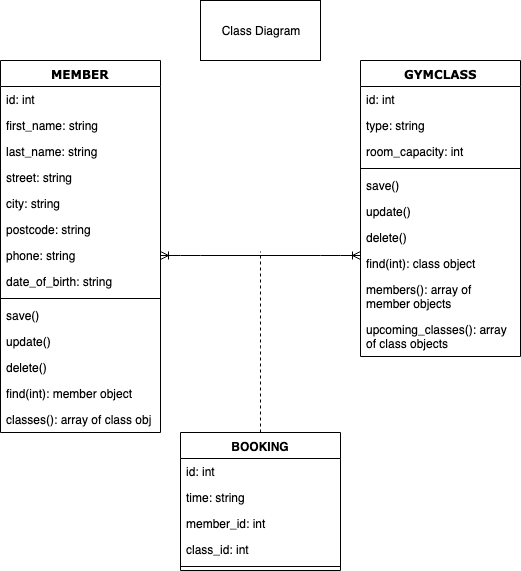
Above: planning/gym_class_diagram.png in gadgetguy82/gym_project (draw.io), before the change. Source tidied: cells renumbered, new cells last; positions are measured from the earlier drawing's top-left corner, leaving out a move shared by most shapes. Its diagram source:
```xml
<mxGraphModel background="#ffffff">
  <root>
    <mxCell id="0" />
    <mxCell id="1" parent="0" />
    <mxCell id="2" value="MEMBER" style="swimlane;html=1;fontStyle=1;align=center;verticalAlign=top;horizontal=1;startSize=26;swimlaneFillColor=#ffffff;rounded=0;shadow=0;comic=0;labelBackgroundColor=none;strokeColor=#000000;strokeWidth=1;fillColor=none;fontFamily=Verdana;fontSize=12;fontColor=#000000;" parent="1" vertex="1">
      <mxGeometry y="60" width="160" height="372" as="geometry" />
    </mxCell>
    <mxCell id="3" value="id: int" style="text;html=1;strokeColor=none;fillColor=none;align=left;verticalAlign=top;spacingLeft=4;spacingRight=4;whiteSpace=wrap;overflow=hidden;" parent="2" vertex="1">
      <mxGeometry y="26" width="160" height="26" as="geometry" />
    </mxCell>
    <mxCell id="4" value="first_name: string" style="text;html=1;strokeColor=none;fillColor=none;align=left;verticalAlign=top;spacingLeft=4;spacingRight=4;whiteSpace=wrap;overflow=hidden;" parent="2" vertex="1">
      <mxGeometry y="52" width="160" height="26" as="geometry" />
    </mxCell>
    <mxCell id="5" value="last_name: string" style="text;html=1;strokeColor=none;fillColor=none;align=left;verticalAlign=top;spacingLeft=4;spacingRight=4;whiteSpace=wrap;overflow=hidden;" parent="2" vertex="1">
      <mxGeometry y="78" width="160" height="26" as="geometry" />
    </mxCell>
    <mxCell id="6" value="street: string" style="text;html=1;strokeColor=none;fillColor=none;align=left;verticalAlign=top;spacingLeft=4;spacingRight=4;whiteSpace=wrap;overflow=hidden;" parent="2" vertex="1">
      <mxGeometry y="104" width="160" height="26" as="geometry" />
    </mxCell>
    <mxCell id="7" value="city: string" style="text;html=1;strokeColor=none;fillColor=none;align=left;verticalAlign=top;spacingLeft=4;spacingRight=4;whiteSpace=wrap;overflow=hidden;" parent="2" vertex="1">
      <mxGeometry y="130" width="160" height="26" as="geometry" />
    </mxCell>
    <mxCell id="8" value="postcode: string&lt;br&gt;" style="text;html=1;strokeColor=none;fillColor=none;align=left;verticalAlign=top;spacingLeft=4;spacingRight=4;whiteSpace=wrap;overflow=hidden;" parent="2" vertex="1">
      <mxGeometry y="156" width="160" height="26" as="geometry" />
    </mxCell>
    <mxCell id="9" value="phone: string&lt;br&gt;" style="text;html=1;strokeColor=none;fillColor=none;align=left;verticalAlign=top;spacingLeft=4;spacingRight=4;whiteSpace=wrap;overflow=hidden;points=[[0,0.5],[1,0.5]];portConstraint=eastwest;" parent="2" vertex="1">
      <mxGeometry y="182" width="160" height="26" as="geometry" />
    </mxCell>
    <mxCell id="10" value="date_of_birth: string&lt;br&gt;" style="text;html=1;strokeColor=none;fillColor=none;align=left;verticalAlign=top;spacingLeft=4;spacingRight=4;whiteSpace=wrap;overflow=hidden;" parent="2" vertex="1">
      <mxGeometry y="208" width="160" height="26" as="geometry" />
    </mxCell>
    <mxCell id="11" style="line;html=1;strokeWidth=1;fillColor=none;align=left;verticalAlign=middle;spacingTop=-1;spacingLeft=3;spacingRight=3;labelPosition=right;" parent="2" vertex="1">
      <mxGeometry y="234" width="160" height="8" as="geometry" />
    </mxCell>
    <mxCell id="12" value="save()" style="text;html=1;strokeColor=none;fillColor=none;align=left;verticalAlign=top;spacingLeft=4;spacingRight=4;whiteSpace=wrap;overflow=hidden;" parent="2" vertex="1">
      <mxGeometry y="242" width="160" height="26" as="geometry" />
    </mxCell>
    <mxCell id="13" value="update()" style="text;html=1;strokeColor=none;fillColor=none;align=left;verticalAlign=top;spacingLeft=4;spacingRight=4;whiteSpace=wrap;overflow=hidden;" parent="2" vertex="1">
      <mxGeometry y="268" width="160" height="26" as="geometry" />
    </mxCell>
    <mxCell id="14" value="delete()" style="text;html=1;strokeColor=none;fillColor=none;align=left;verticalAlign=top;spacingLeft=4;spacingRight=4;whiteSpace=wrap;overflow=hidden;" parent="2" vertex="1">
      <mxGeometry y="294" width="160" height="26" as="geometry" />
    </mxCell>
    <mxCell id="15" value="find(int): member object" style="text;html=1;strokeColor=none;fillColor=none;align=left;verticalAlign=top;spacingLeft=4;spacingRight=4;whiteSpace=wrap;overflow=hidden;" parent="2" vertex="1">
      <mxGeometry y="320" width="160" height="26" as="geometry" />
    </mxCell>
    <mxCell id="16" value="classes(): array of class obj" style="text;html=1;strokeColor=none;fillColor=none;align=left;verticalAlign=top;spacingLeft=4;spacingRight=4;whiteSpace=wrap;overflow=hidden;" parent="2" vertex="1">
      <mxGeometry y="346" width="160" height="26" as="geometry" />
    </mxCell>
    <mxCell id="17" value="GYMCLASS" style="swimlane;html=1;fontStyle=1;align=center;verticalAlign=top;horizontal=1;startSize=26;swimlaneFillColor=#ffffff;rounded=0;shadow=0;comic=0;labelBackgroundColor=none;strokeColor=#000000;strokeWidth=1;fillColor=none;fontFamily=Verdana;fontSize=12;fontColor=#000000;" parent="1" vertex="1">
      <mxGeometry x="360" y="60" width="160" height="296" as="geometry" />
    </mxCell>
    <mxCell id="18" value="id: int" style="text;html=1;strokeColor=none;fillColor=none;align=left;verticalAlign=top;spacingLeft=4;spacingRight=4;whiteSpace=wrap;overflow=hidden;" parent="17" vertex="1">
      <mxGeometry y="26" width="160" height="26" as="geometry" />
    </mxCell>
    <mxCell id="19" value="type: string" style="text;html=1;strokeColor=none;fillColor=none;align=left;verticalAlign=top;spacingLeft=4;spacingRight=4;whiteSpace=wrap;overflow=hidden;" parent="17" vertex="1">
      <mxGeometry y="52" width="160" height="26" as="geometry" />
    </mxCell>
    <mxCell id="20" value="room_capacity: int" style="text;html=1;strokeColor=none;fillColor=none;align=left;verticalAlign=top;spacingLeft=4;spacingRight=4;whiteSpace=wrap;overflow=hidden;" parent="17" vertex="1">
      <mxGeometry y="78" width="160" height="26" as="geometry" />
    </mxCell>
    <mxCell id="21" style="line;html=1;strokeWidth=1;fillColor=none;align=left;verticalAlign=middle;spacingTop=-1;spacingLeft=3;spacingRight=3;labelPosition=right;" parent="17" vertex="1">
      <mxGeometry y="104" width="160" height="8" as="geometry" />
    </mxCell>
    <mxCell id="22" value="save()" style="text;html=1;strokeColor=none;fillColor=none;align=left;verticalAlign=top;spacingLeft=4;spacingRight=4;whiteSpace=wrap;overflow=hidden;" parent="17" vertex="1">
      <mxGeometry y="112" width="160" height="26" as="geometry" />
    </mxCell>
    <mxCell id="23" value="update()" style="text;html=1;strokeColor=none;fillColor=none;align=left;verticalAlign=top;spacingLeft=4;spacingRight=4;whiteSpace=wrap;overflow=hidden;" parent="17" vertex="1">
      <mxGeometry y="138" width="160" height="26" as="geometry" />
    </mxCell>
    <mxCell id="24" value="delete()" style="text;html=1;strokeColor=none;fillColor=none;align=left;verticalAlign=top;spacingLeft=4;spacingRight=4;whiteSpace=wrap;overflow=hidden;" parent="17" vertex="1">
      <mxGeometry y="164" width="160" height="26" as="geometry" />
    </mxCell>
    <mxCell id="25" value="find(int): class object" style="text;html=1;strokeColor=none;fillColor=none;align=left;verticalAlign=top;spacingLeft=4;spacingRight=4;whiteSpace=wrap;overflow=hidden;points=[[0,0.5],[1,0.5]];portConstraint=eastwest;" parent="17" vertex="1">
      <mxGeometry y="190" width="160" height="26" as="geometry" />
    </mxCell>
    <mxCell id="26" value="members(): array of member objects" style="text;html=1;strokeColor=none;fillColor=none;align=left;verticalAlign=top;spacingLeft=4;spacingRight=4;whiteSpace=wrap;overflow=hidden;" parent="17" vertex="1">
      <mxGeometry y="216" width="160" height="40" as="geometry" />
    </mxCell>
    <mxCell id="27" value="upcoming_classes(): array of class objects" style="text;html=1;strokeColor=none;fillColor=none;align=left;verticalAlign=top;spacingLeft=4;spacingRight=4;whiteSpace=wrap;overflow=hidden;" parent="17" vertex="1">
      <mxGeometry y="256" width="160" height="40" as="geometry" />
    </mxCell>
    <mxCell id="28" style="endArrow=none;dashed=1;html=1;exitX=0.5;exitY=0;exitDx=0;exitDy=0;" parent="1" edge="1" source="29">
      <mxGeometry relative="1" as="geometry">
        <mxPoint x="260" y="251" as="targetPoint" />
        <Array as="points">
          <mxPoint x="260" y="337" />
        </Array>
      </mxGeometry>
    </mxCell>
    <mxCell id="29" value="BOOKING" style="swimlane;fontStyle=1;align=center;verticalAlign=top;horizontal=1;startSize=26;" parent="1" vertex="1">
      <mxGeometry x="180" y="432" width="160" height="138" as="geometry" />
    </mxCell>
    <mxCell id="30" value="id: int" style="text;strokeColor=none;fillColor=none;align=left;verticalAlign=top;spacingLeft=4;spacingRight=4;overflow=hidden;" parent="29" vertex="1">
      <mxGeometry y="26" width="160" height="26" as="geometry" />
    </mxCell>
    <mxCell id="31" value="time: string" style="text;strokeColor=none;fillColor=none;align=left;verticalAlign=top;spacingLeft=4;spacingRight=4;overflow=hidden;" parent="29" vertex="1">
      <mxGeometry y="52" width="160" height="26" as="geometry" />
    </mxCell>
    <mxCell id="32" value="member_id: int" style="text;strokeColor=none;fillColor=none;align=left;verticalAlign=top;spacingLeft=4;spacingRight=4;overflow=hidden;" parent="29" vertex="1">
      <mxGeometry y="78" width="160" height="26" as="geometry" />
    </mxCell>
    <mxCell id="33" value="class_id: int" style="text;strokeColor=none;fillColor=none;align=left;verticalAlign=top;spacingLeft=4;spacingRight=4;overflow=hidden;" parent="29" vertex="1">
      <mxGeometry y="104" width="160" height="26" as="geometry" />
    </mxCell>
    <mxCell id="34" style="line;strokeWidth=1;fillColor=none;align=left;verticalAlign=middle;spacingTop=-1;spacingLeft=3;spacingRight=3;labelPosition=right;" parent="29" vertex="1">
      <mxGeometry y="130" width="160" height="8" as="geometry" />
    </mxCell>
    <mxCell id="35" style="edgeStyle=entityRelationEdgeStyle;fontSize=12;html=1;endArrow=ERoneToMany;startArrow=ERoneToMany;entryX=0;entryY=0.192;entryDx=0;entryDy=0;exitX=1;exitY=0.5;exitDx=0;exitDy=0;entryPerimeter=0;" parent="1" edge="1" source="9" target="25">
      <mxGeometry relative="1" as="geometry" />
    </mxCell>
    <mxCell id="36" style="rounded=0;whiteSpace=wrap;html=1;" parent="1" vertex="1">
      <mxGeometry x="200" width="120" height="60" as="geometry" />
    </mxCell>
    <mxCell id="37" value="Class Diagram" style="text;html=1;strokeColor=none;fillColor=none;align=center;verticalAlign=middle;whiteSpace=wrap;rounded=0;" parent="1" vertex="1">
      <mxGeometry x="215" y="20" width="90" height="20" as="geometry" />
    </mxCell>
  </root>
</mxGraphModel>
```
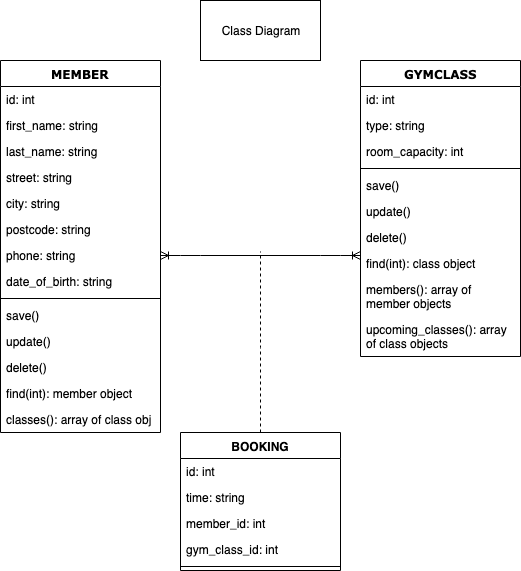
Later version of the same file.

Commit message:
Updated class & object diagrams

The edit, as a diff of the source:
```diff
@@ -100,7 +100,7 @@
     <mxCell id="32" value="member_id: int" style="text;strokeColor=none;fillColor=none;align=left;verticalAlign=top;spacingLeft=4;spacingRight=4;overflow=hidden;" parent="29" vertex="1">
       <mxGeometry y="78" width="160" height="26" as="geometry" />
     </mxCell>
-    <mxCell id="33" value="class_id: int" style="text;strokeColor=none;fillColor=none;align=left;verticalAlign=top;spacingLeft=4;spacingRight=4;overflow=hidden;" parent="29" vertex="1">
+    <mxCell id="33" value="gym_class_id: int" style="text;strokeColor=none;fillColor=none;align=left;verticalAlign=top;spacingLeft=4;spacingRight=4;overflow=hidden;" parent="29" vertex="1">
       <mxGeometry y="104" width="160" height="26" as="geometry" />
     </mxCell>
     <mxCell id="34" style="line;strokeWidth=1;fillColor=none;align=left;verticalAlign=middle;spacingTop=-1;spacingLeft=3;spacingRight=3;labelPosition=right;" parent="29" vertex="1">
```
